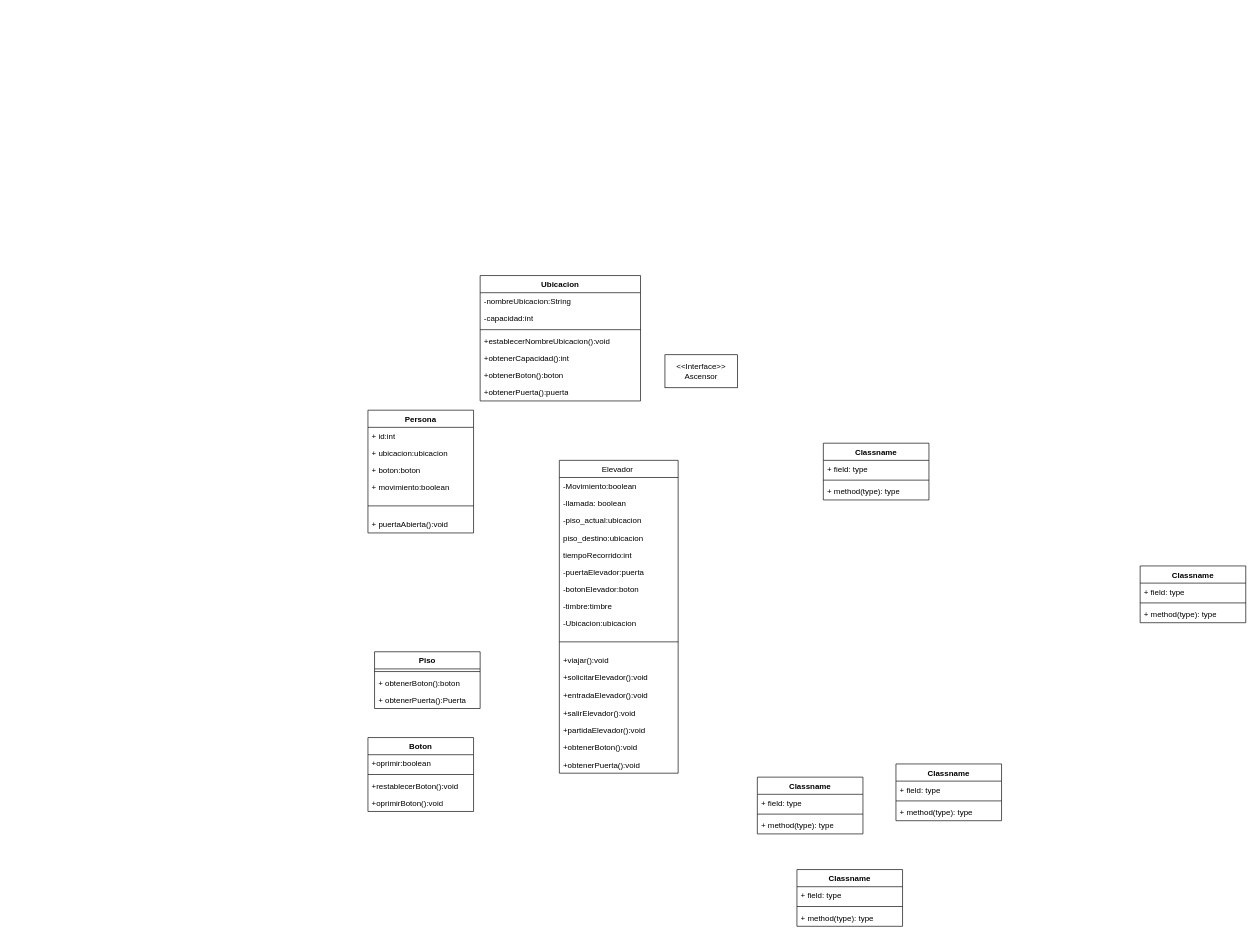
Earlier version of the draw.io diagram Diagrama sin título.drawio (josearpa123/Ascensor). Source tidied: cells renumbered, new cells numbered last; positions are measured from the earlier drawing's top-left corner, leaving out a move shared by most shapes. Both pictures are drawn from the tidied source at 66%, with x=0, y=0 at pixel (368, 275).
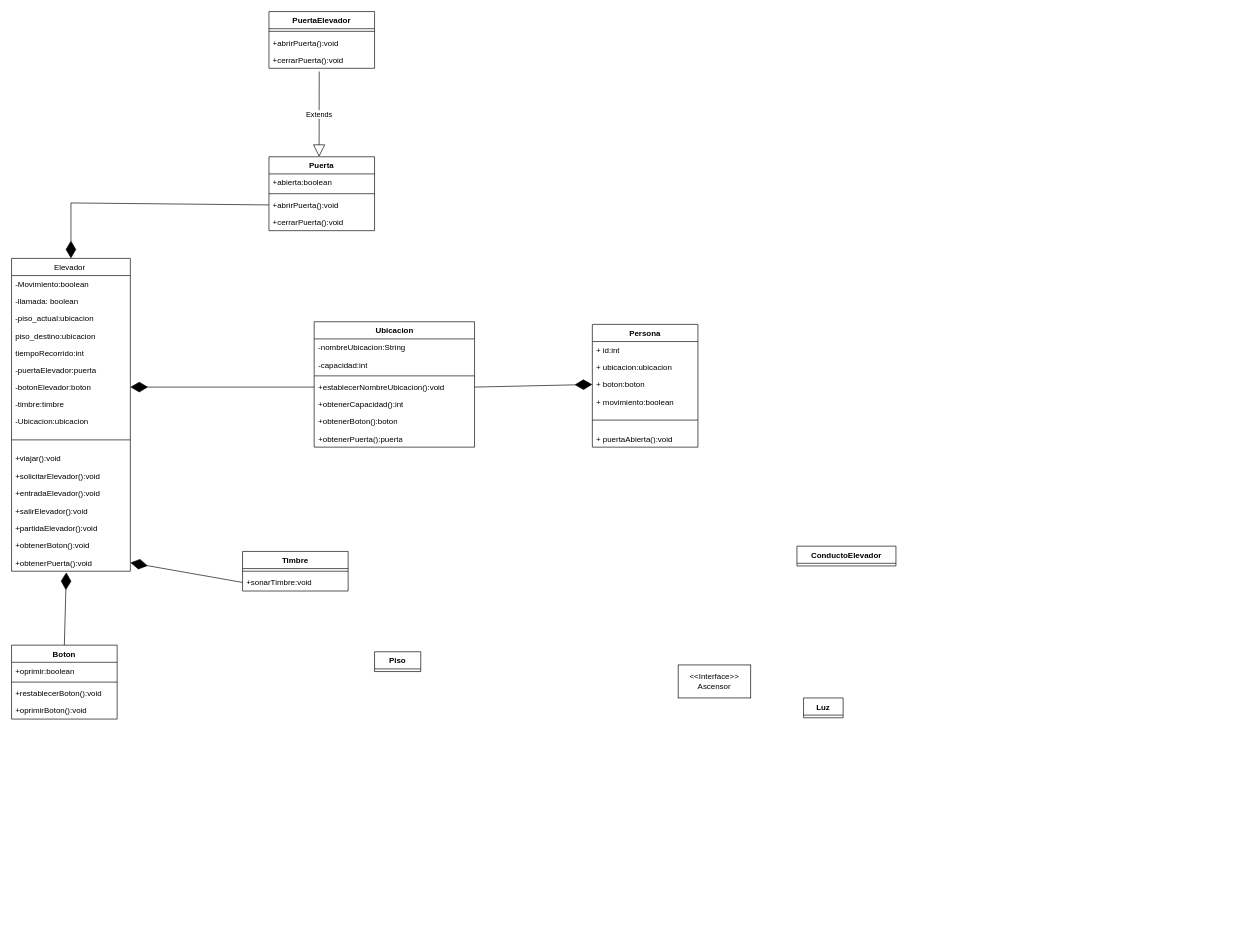
Above is the later version.

Unchanged cells that the change refers to:
```xml
<mxCell id="9" value="-botonElevador:boton" style="text;align=left;verticalAlign=top;spacingLeft=4;spacingRight=4;overflow=hidden;points=[[0,0.5],[1,0.5]];portConstraint=eastwest;rounded=0;shadow=0;html=0;" parent="2" vertex="1">
  <mxGeometry y="182" width="180" height="26" as="geometry" />
</mxCell>
<mxCell id="19" value="+obtenerPuerta():void" style="text;align=left;verticalAlign=top;spacingLeft=4;spacingRight=4;overflow=hidden;points=[[0,0.5],[1,0.5]];portConstraint=eastwest;" parent="2" vertex="1">
  <mxGeometry y="448" width="180" height="26" as="geometry" />
</mxCell>
<mxCell id="37" value="+establecerNombreUbicacion():void" style="text;strokeColor=none;fillColor=none;align=left;verticalAlign=top;spacingLeft=4;spacingRight=4;overflow=hidden;points=[[0,0.5],[1,0.5]];portConstraint=eastwest;whiteSpace=wrap;html=1;" parent="33" vertex="1">
  <mxGeometry y="86" width="243" height="26" as="geometry" />
</mxCell>
<mxCell id="48" value="+ boton:boton" style="text;strokeColor=none;fillColor=none;align=left;verticalAlign=top;spacingLeft=4;spacingRight=4;overflow=hidden;points=[[0,0.5],[1,0.5]];portConstraint=eastwest;whiteSpace=wrap;html=1;" parent="45" vertex="1">
  <mxGeometry y="78" width="160" height="26" as="geometry" />
</mxCell>
```

Change to the diagram source:
```diff
@@
     <mxCell id="2" value="Elevador " style="swimlane;fontStyle=0;align=center;verticalAlign=top;horizontal=1;startSize=26;rounded=0;shadow=0;strokeWidth=1;" parent="1" vertex="1">
-      <mxGeometry x="290" y="280" width="180" height="474" as="geometry" />
+      <mxGeometry x="-540" y="-26" width="180" height="474" as="geometry" />
     </mxCell>
@@
-    <mxCell id="20" value="Classname" style="swimlane;fontStyle=1;align=center;verticalAlign=top;horizontal=1;startSize=26;whiteSpace=wrap;html=1;" parent="1" vertex="1">
-      <mxGeometry x="800" y="740" width="160" height="86" as="geometry" />
+    <mxCell id="20" value="ConductoElevador" style="swimlane;fontStyle=1;align=center;verticalAlign=top;horizontal=1;startSize=26;whiteSpace=wrap;html=1;" parent="1" vertex="1" collapsed="1">
+      <mxGeometry x="650" y="410" width="150" height="30" as="geometry" />
     </mxCell>
-    <mxCell id="21" value="+ field: type" style="text;strokeColor=none;fillColor=none;align=left;verticalAlign=top;spacingLeft=4;spacingRight=4;overflow=hidden;whiteSpace=wrap;html=1;" parent="20" vertex="1">
-      <mxGeometry y="26" width="160" height="26" as="geometry" />
-    </mxCell>
-    <mxCell id="22" style="line;strokeWidth=1;fillColor=none;align=left;verticalAlign=middle;spacingTop=-1;spacingLeft=3;spacingRight=3;labelPosition=right;strokeColor=inherit;" parent="20" vertex="1">
-      <mxGeometry y="52" width="160" height="8" as="geometry" />
-    </mxCell>
-    <mxCell id="23" value="+ method(type): type" style="text;strokeColor=none;fillColor=none;align=left;verticalAlign=top;spacingLeft=4;spacingRight=4;overflow=hidden;whiteSpace=wrap;html=1;" parent="20" vertex="1">
-      <mxGeometry y="60" width="160" height="26" as="geometry" />
-    </mxCell>
-    <mxCell id="24" value="Classname" style="swimlane;fontStyle=1;align=center;verticalAlign=top;horizontal=1;startSize=26;whiteSpace=wrap;html=1;" parent="1" vertex="1">
-      <mxGeometry x="690" y="254" width="160" height="86" as="geometry" />
+    <mxCell id="24" value="Timbre" style="swimlane;fontStyle=1;align=center;verticalAlign=top;horizontal=1;startSize=26;whiteSpace=wrap;html=1;" parent="1" vertex="1">
+      <mxGeometry x="-190" y="418" width="160" height="60" as="geometry" />
     </mxCell>
-    <mxCell id="25" value="+ field: type" style="text;strokeColor=none;fillColor=none;align=left;verticalAlign=top;spacingLeft=4;spacingRight=4;overflow=hidden;whiteSpace=wrap;html=1;" parent="24" vertex="1">
-      <mxGeometry y="26" width="160" height="26" as="geometry" />
-    </mxCell>
     <mxCell id="26" style="line;strokeWidth=1;fillColor=none;align=left;verticalAlign=middle;spacingTop=-1;spacingLeft=3;spacingRight=3;labelPosition=right;strokeColor=inherit;" parent="24" vertex="1">
-      <mxGeometry y="52" width="160" height="8" as="geometry" />
+      <mxGeometry y="26" width="160" height="8" as="geometry" />
     </mxCell>
-    <mxCell id="27" value="+ method(type): type" style="text;strokeColor=none;fillColor=none;align=left;verticalAlign=top;spacingLeft=4;spacingRight=4;overflow=hidden;points=[[0,0.5],[1,0.5]];portConstraint=eastwest;whiteSpace=wrap;html=1;" parent="24" vertex="1">
-      <mxGeometry y="60" width="160" height="26" as="geometry" />
+    <mxCell id="27" value="+sonarTimbre:void" style="text;strokeColor=none;fillColor=none;align=left;verticalAlign=top;spacingLeft=4;spacingRight=4;overflow=hidden;points=[[0,0.5],[1,0.5]];portConstraint=eastwest;whiteSpace=wrap;html=1;" parent="24" vertex="1">
+      <mxGeometry y="34" width="160" height="26" as="geometry" />
     </mxCell>
     <mxCell id="28" value="Boton" style="swimlane;fontStyle=1;align=center;verticalAlign=top;horizontal=1;startSize=26;whiteSpace=wrap;html=1;" parent="1" vertex="1">
-      <mxGeometry y="700" width="160" height="112" as="geometry" />
+      <mxGeometry x="-540" y="560" width="160" height="112" as="geometry" />
     </mxCell>
@@
     <mxCell id="33" value="Ubicacion" style="swimlane;fontStyle=1;align=center;verticalAlign=top;horizontal=1;startSize=26;whiteSpace=wrap;html=1;" parent="1" vertex="1">
-      <mxGeometry x="170" width="243" height="190" as="geometry" />
+      <mxGeometry x="-81.5" y="70" width="243" height="190" as="geometry" />
     </mxCell>
@@
-    <mxCell id="41" value="Classname" style="swimlane;fontStyle=1;align=center;verticalAlign=top;horizontal=1;startSize=26;whiteSpace=wrap;html=1;" parent="1" vertex="1">
-      <mxGeometry x="590" y="760" width="160" height="86" as="geometry" />
-    </mxCell>
-    <mxCell id="42" value="+ field: type" style="text;strokeColor=none;fillColor=none;align=left;verticalAlign=top;spacingLeft=4;spacingRight=4;overflow=hidden;whiteSpace=wrap;html=1;" parent="41" vertex="1">
-      <mxGeometry y="26" width="160" height="26" as="geometry" />
-    </mxCell>
-    <mxCell id="43" style="line;strokeWidth=1;fillColor=none;align=left;verticalAlign=middle;spacingTop=-1;spacingLeft=3;spacingRight=3;labelPosition=right;strokeColor=inherit;" parent="41" vertex="1">
-      <mxGeometry y="52" width="160" height="8" as="geometry" />
-    </mxCell>
-    <mxCell id="44" value="+ method(type): type" style="text;strokeColor=none;fillColor=none;align=left;verticalAlign=top;spacingLeft=4;spacingRight=4;overflow=hidden;points=[[0,0.5],[1,0.5]];portConstraint=eastwest;whiteSpace=wrap;html=1;" parent="41" vertex="1">
-      <mxGeometry y="60" width="160" height="26" as="geometry" />
-    </mxCell>
     <mxCell id="45" value="Persona" style="swimlane;fontStyle=1;align=center;verticalAlign=top;horizontal=1;startSize=26;whiteSpace=wrap;html=1;" parent="1" vertex="1">
-      <mxGeometry y="204" width="160" height="186" as="geometry" />
+      <mxGeometry x="340" y="74" width="160" height="186" as="geometry" />
     </mxCell>
@@
-    <mxCell id="52" value="Classname" style="swimlane;fontStyle=1;align=center;verticalAlign=top;horizontal=1;startSize=26;whiteSpace=wrap;html=1;" parent="1" vertex="1">
-      <mxGeometry x="1170" y="440" width="160" height="86" as="geometry" />
+    <mxCell id="52" value="Luz" style="swimlane;fontStyle=1;align=center;verticalAlign=top;horizontal=1;startSize=26;whiteSpace=wrap;html=1;" parent="1" vertex="1" collapsed="1">
+      <mxGeometry x="660" y="640" width="60" height="30" as="geometry" />
     </mxCell>
-    <mxCell id="53" value="+ field: type" style="text;strokeColor=none;fillColor=none;align=left;verticalAlign=top;spacingLeft=4;spacingRight=4;overflow=hidden;whiteSpace=wrap;html=1;" parent="52" vertex="1">
-      <mxGeometry y="26" width="160" height="26" as="geometry" />
-    </mxCell>
-    <mxCell id="54" style="line;strokeWidth=1;fillColor=none;align=left;verticalAlign=middle;spacingTop=-1;spacingLeft=3;spacingRight=3;labelPosition=right;strokeColor=inherit;" parent="52" vertex="1">
-      <mxGeometry y="52" width="160" height="8" as="geometry" />
-    </mxCell>
-    <mxCell id="55" value="+ method(type): type" style="text;strokeColor=none;fillColor=none;align=left;verticalAlign=top;spacingLeft=4;spacingRight=4;overflow=hidden;whiteSpace=wrap;html=1;" parent="52" vertex="1">
-      <mxGeometry y="60" width="160" height="26" as="geometry" />
-    </mxCell>
-    <mxCell id="56" value="Piso" style="swimlane;fontStyle=1;align=center;verticalAlign=top;horizontal=1;startSize=26;whiteSpace=wrap;html=1;" parent="1" vertex="1">
-      <mxGeometry x="10" y="570" width="160" height="86" as="geometry" />
+    <mxCell id="56" value="Piso" style="swimlane;fontStyle=1;align=center;verticalAlign=top;horizontal=1;startSize=26;whiteSpace=wrap;html=1;" parent="1" vertex="1" collapsed="1">
+      <mxGeometry x="10" y="570" width="70" height="30" as="geometry" />
     </mxCell>
-    <mxCell id="57" style="line;strokeWidth=1;fillColor=none;align=left;verticalAlign=middle;spacingTop=-1;spacingLeft=3;spacingRight=3;labelPosition=right;strokeColor=inherit;" parent="56" vertex="1">
-      <mxGeometry y="26" width="160" height="8" as="geometry" />
-    </mxCell>
-    <mxCell id="58" value="+ obtenerBoton():boton" style="text;strokeColor=none;fillColor=none;align=left;verticalAlign=top;spacingLeft=4;spacingRight=4;overflow=hidden;whiteSpace=wrap;html=1;" parent="56" vertex="1">
-      <mxGeometry y="34" width="160" height="26" as="geometry" />
-    </mxCell>
-    <mxCell id="59" value="+ obtenerPuerta():Puerta" style="text;strokeColor=none;fillColor=none;align=left;verticalAlign=top;spacingLeft=4;spacingRight=4;overflow=hidden;whiteSpace=wrap;html=1;" parent="56" vertex="1">
-      <mxGeometry y="60" width="160" height="26" as="geometry" />
-    </mxCell>
-    <mxCell id="60" value="Classname" style="swimlane;fontStyle=1;align=center;verticalAlign=top;horizontal=1;startSize=26;whiteSpace=wrap;html=1;" parent="1" vertex="1">
-      <mxGeometry x="650" y="900" width="160" height="86" as="geometry" />
+    <mxCell id="60" value="PuertaElevador" style="swimlane;fontStyle=1;align=center;verticalAlign=top;horizontal=1;startSize=26;whiteSpace=wrap;html=1;" parent="1" vertex="1">
+      <mxGeometry x="-150" y="-400" width="160" height="86" as="geometry" />
     </mxCell>
-    <mxCell id="61" value="+ field: type" style="text;strokeColor=none;fillColor=none;align=left;verticalAlign=top;spacingLeft=4;spacingRight=4;overflow=hidden;whiteSpace=wrap;html=1;" parent="60" vertex="1">
-      <mxGeometry y="26" width="160" height="26" as="geometry" />
-    </mxCell>
     <mxCell id="62" style="line;strokeWidth=1;fillColor=none;align=left;verticalAlign=middle;spacingTop=-1;spacingLeft=3;spacingRight=3;labelPosition=right;strokeColor=inherit;" parent="60" vertex="1">
-      <mxGeometry y="52" width="160" height="8" as="geometry" />
+      <mxGeometry y="26" width="160" height="8" as="geometry" />
     </mxCell>
-    <mxCell id="63" value="+ method(type): type" style="text;strokeColor=none;fillColor=none;align=left;verticalAlign=top;spacingLeft=4;spacingRight=4;overflow=hidden;whiteSpace=wrap;html=1;" parent="60" vertex="1">
-      <mxGeometry y="60" width="160" height="26" as="geometry" />
+    <mxCell id="63" value="+abrirPuerta():void" style="text;strokeColor=none;fillColor=none;align=left;verticalAlign=top;spacingLeft=4;spacingRight=4;overflow=hidden;whiteSpace=wrap;html=1;" parent="60" vertex="1">
+      <mxGeometry y="34" width="160" height="26" as="geometry" />
     </mxCell>
+    <mxCell id="65" value="+cerrarPuerta():void" style="text;strokeColor=none;fillColor=none;align=left;verticalAlign=top;spacingLeft=4;spacingRight=4;overflow=hidden;points=[[0,0.5],[1,0.5]];portConstraint=eastwest;whiteSpace=wrap;html=1;" parent="60" vertex="1">
+      <mxGeometry y="60" width="160" height="26" as="geometry" />
+    </mxCell>
     <mxCell id="64" value="&amp;lt;&amp;lt;Interface&amp;gt;&amp;gt;&lt;br&gt;Ascensor" style="html=1;whiteSpace=wrap;" parent="1" vertex="1">
-      <mxGeometry x="450" y="120" width="110" height="50" as="geometry" />
+      <mxGeometry x="470" y="590" width="110" height="50" as="geometry" />
     </mxCell>
+    <mxCell id="66" style="endArrow=diamondThin;endFill=1;endSize=24;html=1;rounded=0;exitX=0;exitY=0.5;exitDx=0;exitDy=0;entryX=1;entryY=0.5;entryDx=0;entryDy=0;" parent="1" edge="1" source="37" target="9">
+      <mxGeometry relative="1" as="geometry" />
+    </mxCell>
+    <mxCell id="41" value="Puerta" style="swimlane;fontStyle=1;align=center;verticalAlign=top;horizontal=1;startSize=26;whiteSpace=wrap;html=1;" parent="1" vertex="1">
+      <mxGeometry x="-150" y="-180" width="160" height="112" as="geometry" />
+    </mxCell>
+    <mxCell id="42" value="+abierta:boolean" style="text;strokeColor=none;fillColor=none;align=left;verticalAlign=top;spacingLeft=4;spacingRight=4;overflow=hidden;whiteSpace=wrap;html=1;" parent="41" vertex="1">
+      <mxGeometry y="26" width="160" height="26" as="geometry" />
+    </mxCell>
+    <mxCell id="43" style="line;strokeWidth=1;fillColor=none;align=left;verticalAlign=middle;spacingTop=-1;spacingLeft=3;spacingRight=3;labelPosition=right;strokeColor=inherit;" parent="41" vertex="1">
+      <mxGeometry y="52" width="160" height="8" as="geometry" />
+    </mxCell>
+    <mxCell id="44" value="+abrirPuerta():void" style="text;strokeColor=none;fillColor=none;align=left;verticalAlign=top;spacingLeft=4;spacingRight=4;overflow=hidden;points=[[0,0.5],[1,0.5]];portConstraint=eastwest;whiteSpace=wrap;html=1;" parent="41" vertex="1">
+      <mxGeometry y="60" width="160" height="26" as="geometry" />
+    </mxCell>
+    <mxCell id="67" value="+cerrarPuerta():void" style="text;strokeColor=none;fillColor=none;align=left;verticalAlign=top;spacingLeft=4;spacingRight=4;overflow=hidden;whiteSpace=wrap;html=1;" parent="41" vertex="1">
+      <mxGeometry y="86" width="160" height="26" as="geometry" />
+    </mxCell>
+    <mxCell id="68" style="endArrow=diamondThin;endFill=1;endSize=24;html=1;rounded=0;exitX=0;exitY=0.5;exitDx=0;exitDy=0;entryX=0.5;entryY=0;entryDx=0;entryDy=0;" parent="1" edge="1" source="44" target="2">
+      <mxGeometry relative="1" as="geometry">
+        <Array as="points">
+          <mxPoint x="-450" y="-110" />
+        </Array>
+      </mxGeometry>
+    </mxCell>
+    <mxCell id="69" style="endArrow=diamondThin;endFill=1;endSize=24;html=1;rounded=0;exitX=0.5;exitY=0;exitDx=0;exitDy=0;entryX=0.461;entryY=1.065;entryDx=0;entryDy=0;entryPerimeter=0;" parent="1" edge="1" source="28" target="19">
+      <mxGeometry relative="1" as="geometry" />
+    </mxCell>
+    <mxCell id="70" style="endArrow=diamondThin;endFill=1;endSize=24;html=1;rounded=0;exitX=0;exitY=0.5;exitDx=0;exitDy=0;entryX=1;entryY=0.5;entryDx=0;entryDy=0;" parent="1" edge="1" source="27" target="19">
+      <mxGeometry relative="1" as="geometry" />
+    </mxCell>
+    <mxCell id="71" value="Extends" style="endArrow=block;endSize=16;endFill=0;html=1;rounded=0;exitX=0.476;exitY=1.188;exitDx=0;exitDy=0;exitPerimeter=0;" parent="1" edge="1" source="65">
+      <mxGeometry relative="1" as="geometry">
+        <mxPoint x="-74" y="-180" as="targetPoint" />
+      </mxGeometry>
+    </mxCell>
+    <mxCell id="72" style="endArrow=diamondThin;endFill=1;endSize=24;html=1;rounded=0;exitX=1;exitY=0.5;exitDx=0;exitDy=0;entryX=0;entryY=0.5;entryDx=0;entryDy=0;" parent="1" edge="1" source="37" target="48">
+      <mxGeometry relative="1" as="geometry" />
+    </mxCell>
```
